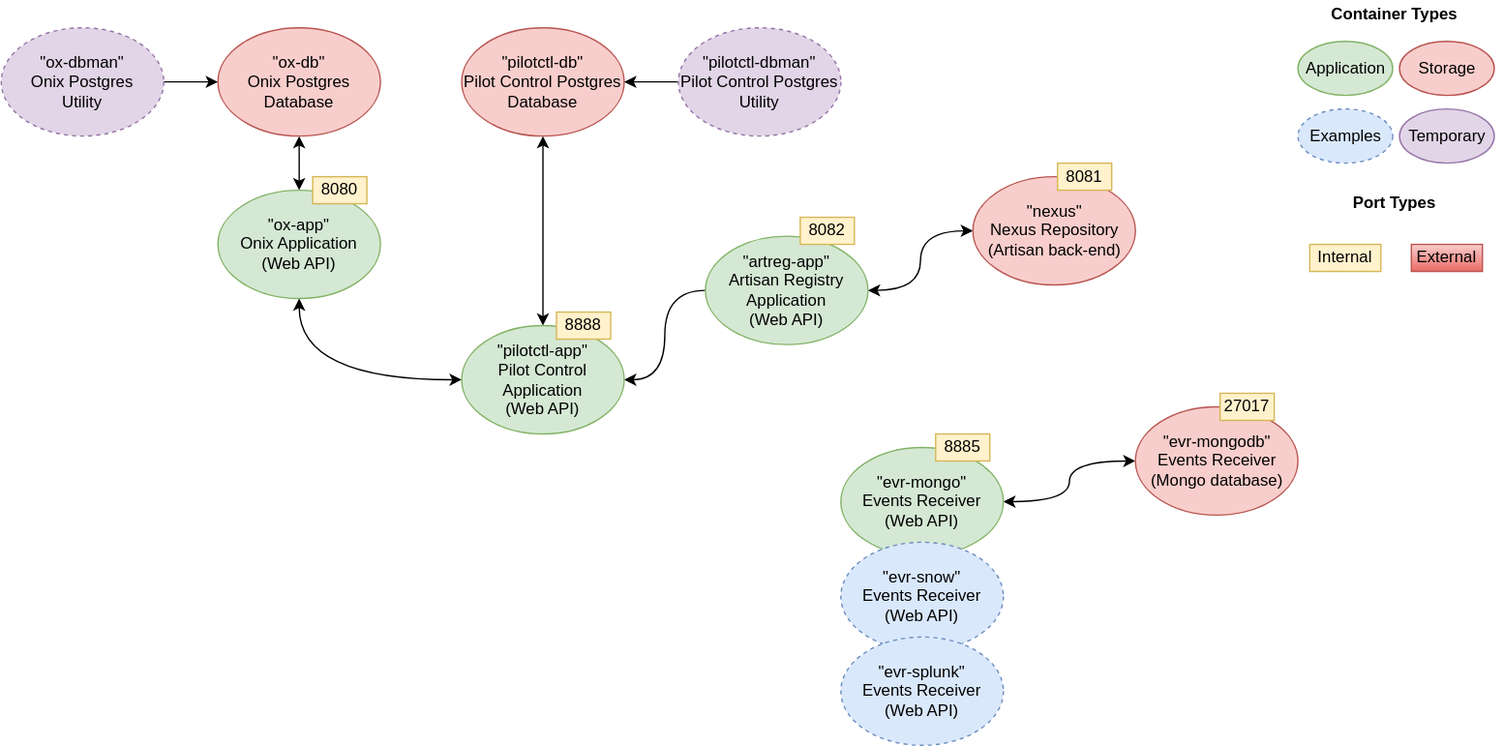
gatblau/onix keeps this draw.io diagram as pilotctl/docker/info-services.drawio.svg. Above is the earlier version. Source tidied: cells renumbered, new cells last; positions are measured from the earlier drawing's top-left corner, leaving out a move shared by most shapes.
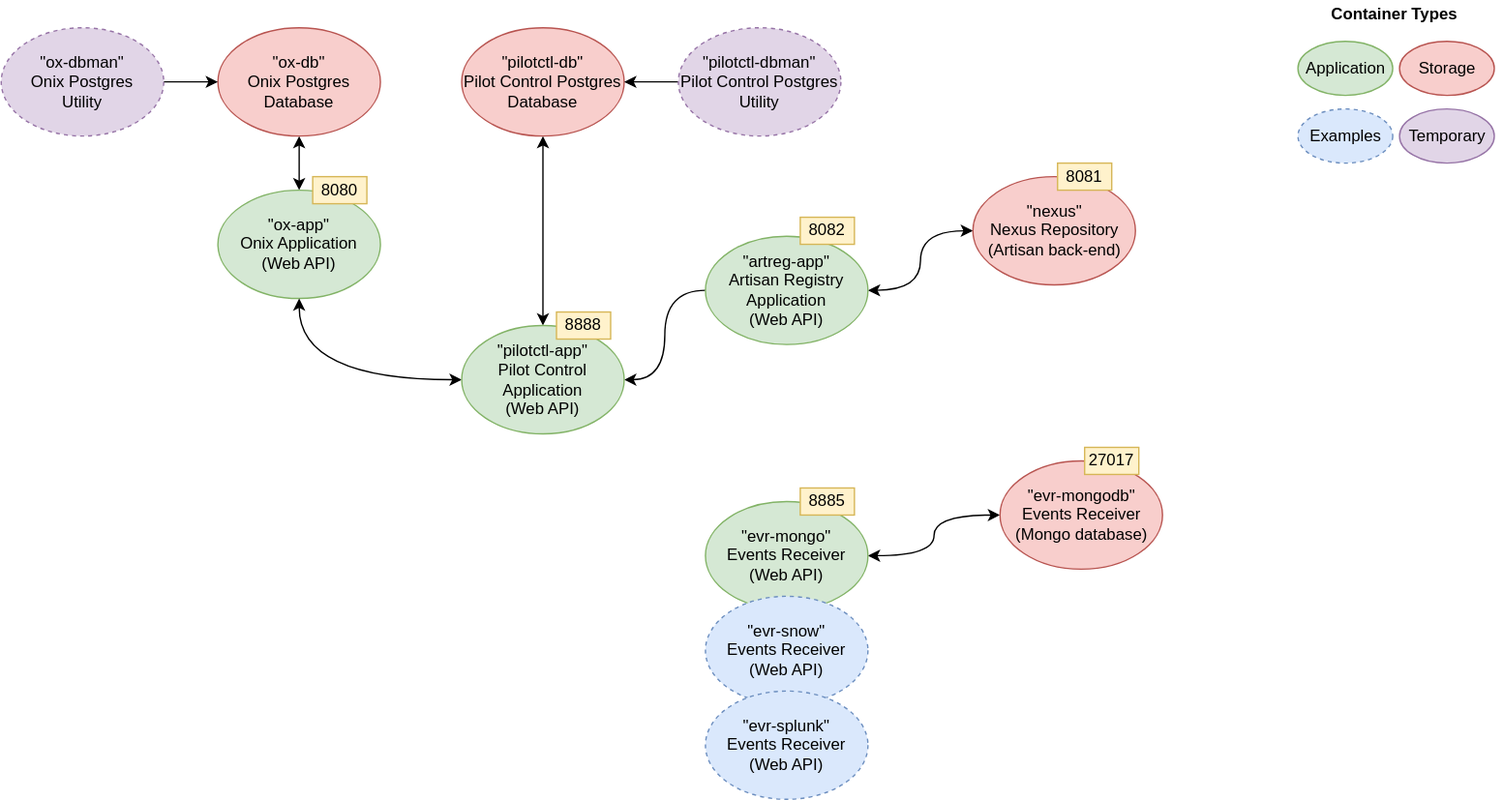
Above is the later version.

What changed in the source:
```diff
@@ -30,7 +30,7 @@
       <mxGeometry relative="1" as="geometry" />
     </mxCell>
     <mxCell id="11" value="&quot;evr-mongo&quot;&lt;br&gt;Events Receiver&lt;br&gt;(Web API)" style="ellipse;whiteSpace=wrap;html=1;fillColor=#d5e8d4;strokeColor=#82b366;" parent="1" vertex="1">
-      <mxGeometry x="620" y="330" width="120" height="80" as="geometry" />
+      <mxGeometry x="520" y="370" width="120" height="80" as="geometry" />
     </mxCell>
     <mxCell id="12" style="edgeStyle=orthogonalEdgeStyle;rounded=0;jettySize=auto;html=1;startArrow=classic;startFill=1;curved=1;" parent="1" edge="1" source="14" target="18">
       <mxGeometry relative="1" as="geometry" />
@@ -48,7 +48,7 @@
       <mxGeometry x="500" y="20" width="120" height="80" as="geometry" />
     </mxCell>
     <mxCell id="17" value="&quot;evr-mongodb&quot;&lt;br&gt;Events Receiver&lt;br&gt;(Mongo database)" style="ellipse;whiteSpace=wrap;html=1;fillColor=#f8cecc;strokeColor=#b85450;" parent="1" vertex="1">
-      <mxGeometry x="837.5" y="300" width="120" height="80" as="geometry" />
+      <mxGeometry x="737.5" y="340" width="120" height="80" as="geometry" />
     </mxCell>
     <mxCell id="18" value="&quot;nexus&quot;&lt;br&gt;Nexus Repository&lt;br&gt;(Artisan back-end)" style="ellipse;whiteSpace=wrap;html=1;fillColor=#f8cecc;strokeColor=#b85450;" parent="1" vertex="1">
       <mxGeometry x="717.5" y="130" width="120" height="80" as="geometry" />
@@ -57,10 +57,10 @@
       <mxGeometry x="340" y="240" width="120" height="80" as="geometry" />
     </mxCell>
     <mxCell id="20" value="&quot;evr-snow&quot;&lt;br&gt;Events Receiver&lt;br&gt;(Web API)" style="ellipse;whiteSpace=wrap;html=1;fillColor=#dae8fc;strokeColor=#6c8ebf;dashed=1;" parent="1" vertex="1">
-      <mxGeometry x="620" y="400" width="120" height="80" as="geometry" />
+      <mxGeometry x="520" y="440" width="120" height="80" as="geometry" />
     </mxCell>
     <mxCell id="21" value="&quot;evr-splunk&quot;&lt;br&gt;Events Receiver&lt;br&gt;(Web API)" style="ellipse;whiteSpace=wrap;html=1;fillColor=#dae8fc;strokeColor=#6c8ebf;dashed=1;" parent="1" vertex="1">
-      <mxGeometry x="620" y="470" width="120" height="80" as="geometry" />
+      <mxGeometry x="520" y="510" width="120" height="80" as="geometry" />
     </mxCell>
     <mxCell id="22" value="Application" style="ellipse;whiteSpace=wrap;html=1;fillColor=#d5e8d4;strokeColor=#82b366;" parent="1" vertex="1">
       <mxGeometry x="957.5" y="30" width="70" height="40" as="geometry" />
@@ -90,19 +90,10 @@
       <mxGeometry x="780" y="120" width="40" height="20" as="geometry" />
     </mxCell>
     <mxCell id="31" value="8885" style="rounded=0;whiteSpace=wrap;html=1;fillColor=#fff2cc;strokeColor=#d6b656;" parent="1" vertex="1">
-      <mxGeometry x="690" y="320" width="40" height="20" as="geometry" />
+      <mxGeometry x="590" y="360" width="40" height="20" as="geometry" />
     </mxCell>
     <mxCell id="32" value="27017" style="rounded=0;whiteSpace=wrap;html=1;fillColor=#fff2cc;strokeColor=#d6b656;" parent="1" vertex="1">
-      <mxGeometry x="900" y="290" width="40" height="20" as="geometry" />
+      <mxGeometry x="800" y="330" width="40" height="20" as="geometry" />
     </mxCell>
-    <mxCell id="33" value="Port Types" style="text;html=1;strokeColor=none;fillColor=none;align=center;verticalAlign=middle;whiteSpace=wrap;rounded=0;fontStyle=1;" parent="1" vertex="1">
-      <mxGeometry x="950" y="140" width="157.5" height="20" as="geometry" />
-    </mxCell>
-    <mxCell id="34" value="Internal" style="rounded=0;whiteSpace=wrap;html=1;fillColor=#fff2cc;strokeColor=#d6b656;" parent="1" vertex="1">
-      <mxGeometry x="966.2" y="180" width="52.5" height="20" as="geometry" />
-    </mxCell>
-    <mxCell id="35" value="External" style="rounded=0;whiteSpace=wrap;html=1;fillColor=#f8cecc;strokeColor=#b85450;gradientColor=#ea6b66;" parent="1" vertex="1">
-      <mxGeometry x="1041.2" y="180" width="52.5" height="20" as="geometry" />
-    </mxCell>
   </root>
 </mxGraphModel>
```
